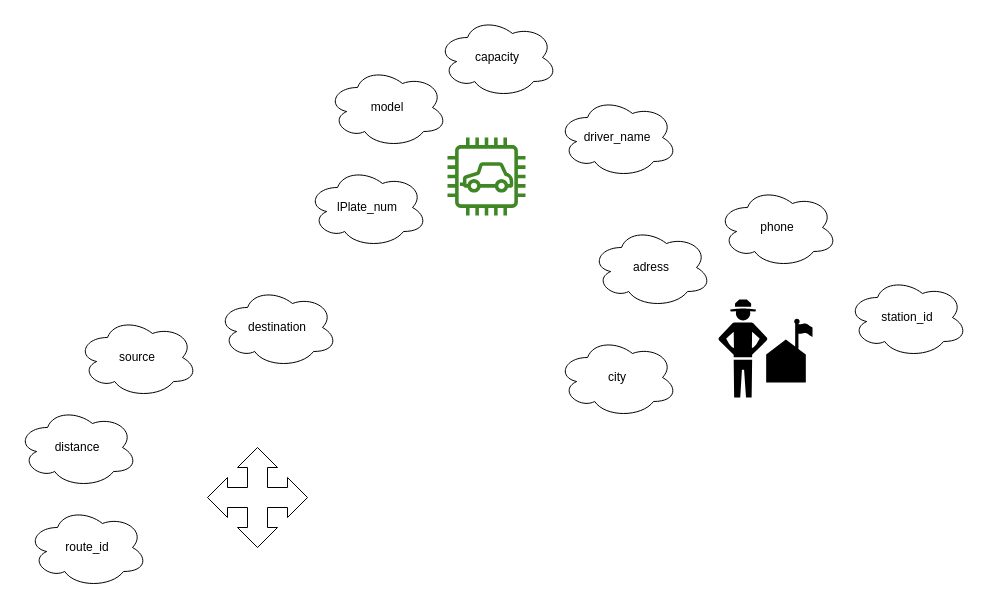
The draw.io diagram page "Page-1" (1 of 4) of claus/transportcomp.drawio in OinkoIT/BE16-MySQL-DAY2-Claus-Markus, before the edit. Source tidied: cells renumbered, new cells numbered last; positions are measured from the earlier drawing's top-left corner, leaving out a move shared by most shapes. Both pictures are drawn from the tidied source at 100%, with x=0, y=0 at pixel (17, 17).
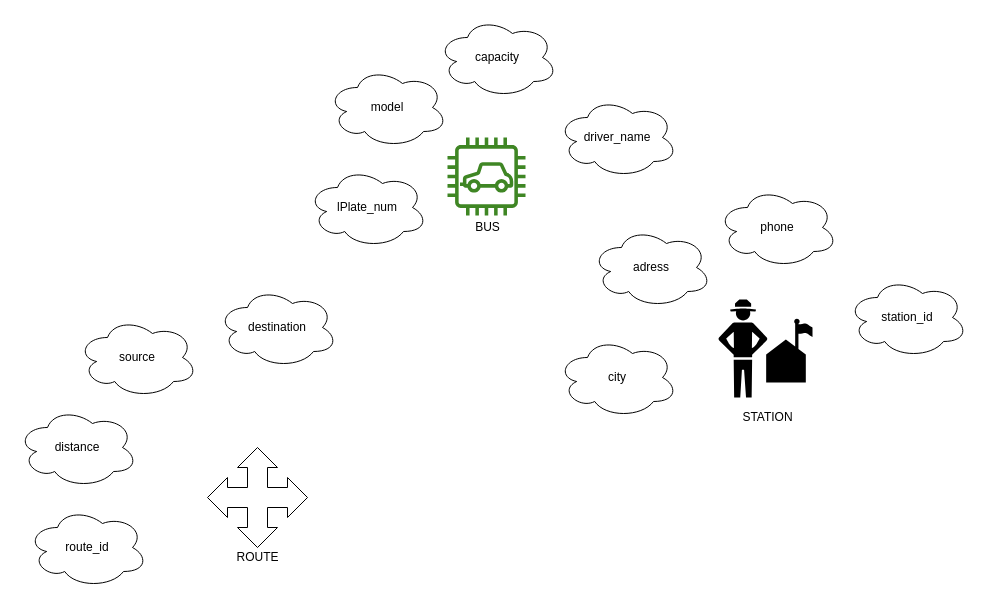
The same page after the edit.

The edit, as a diff of the source:
```diff
@@
 <mxGraphModel>
   <root>
     <mxCell id="0" />
     <mxCell id="1" parent="0" />
     <mxCell id="2" style="sketch=0;fontColor=#232F3E;gradientColor=none;fillColor=#3F8624;strokeColor=none;dashed=0;verticalLabelPosition=bottom;verticalAlign=top;align=center;html=1;fontSize=12;fontStyle=0;shape=mxgraph.aws4.car;" parent="1" vertex="1">
       <mxGeometry x="430" y="120" width="78" height="78" as="geometry" />
     </mxCell>
     <mxCell id="3" style="html=1;shadow=0;dashed=0;align=center;verticalAlign=middle;shape=mxgraph.arrows2.quadArrow;dy=10;dx=20;notch=24;arrowHead=10;" parent="1" vertex="1">
       <mxGeometry x="190" y="430" width="100" height="100" as="geometry" />
     </mxCell>
     <mxCell id="4" style="shape=mxgraph.signs.sports.ranger_station_2;html=1;fillColor=#000000;strokeColor=none;verticalLabelPosition=bottom;verticalAlign=top;align=center;" parent="1" vertex="1">
       <mxGeometry x="700" y="282" width="95" height="98" as="geometry" />
     </mxCell>
     <mxCell id="5" value="source" style="ellipse;shape=cloud;whiteSpace=wrap;html=1;" parent="1" vertex="1">
       <mxGeometry x="60" y="300" width="120" height="80" as="geometry" />
     </mxCell>
     <mxCell id="6" value="distance" style="ellipse;shape=cloud;whiteSpace=wrap;html=1;" parent="1" vertex="1">
       <mxGeometry y="390" width="120" height="80" as="geometry" />
     </mxCell>
     <mxCell id="7" value="route_id" style="ellipse;shape=cloud;whiteSpace=wrap;html=1;" parent="1" vertex="1">
       <mxGeometry x="10" y="490" width="120" height="80" as="geometry" />
     </mxCell>
     <mxCell id="8" value="destination" style="ellipse;shape=cloud;whiteSpace=wrap;html=1;" parent="1" vertex="1">
       <mxGeometry x="200" y="270" width="120" height="80" as="geometry" />
     </mxCell>
     <mxCell id="9" value="lPlate_num" style="ellipse;shape=cloud;whiteSpace=wrap;html=1;" parent="1" vertex="1">
       <mxGeometry x="290" y="150" width="120" height="80" as="geometry" />
     </mxCell>
     <mxCell id="10" value="driver_name" style="ellipse;shape=cloud;whiteSpace=wrap;html=1;" parent="1" vertex="1">
       <mxGeometry x="540" y="80" width="120" height="80" as="geometry" />
     </mxCell>
     <mxCell id="11" value="capacity" style="ellipse;shape=cloud;whiteSpace=wrap;html=1;" parent="1" vertex="1">
       <mxGeometry x="420" width="120" height="80" as="geometry" />
     </mxCell>
     <mxCell id="12" value="model" style="ellipse;shape=cloud;whiteSpace=wrap;html=1;" parent="1" vertex="1">
       <mxGeometry x="310" y="50" width="120" height="80" as="geometry" />
     </mxCell>
     <mxCell id="13" value="city" style="ellipse;shape=cloud;whiteSpace=wrap;html=1;" parent="1" vertex="1">
       <mxGeometry x="540" y="320" width="120" height="80" as="geometry" />
     </mxCell>
     <mxCell id="14" value="station_id" style="ellipse;shape=cloud;whiteSpace=wrap;html=1;" parent="1" vertex="1">
       <mxGeometry x="830" y="260" width="120" height="80" as="geometry" />
     </mxCell>
     <mxCell id="15" value="phone" style="ellipse;shape=cloud;whiteSpace=wrap;html=1;" parent="1" vertex="1">
       <mxGeometry x="700" y="170" width="120" height="80" as="geometry" />
     </mxCell>
     <mxCell id="16" value="adress" style="ellipse;shape=cloud;whiteSpace=wrap;html=1;" parent="1" vertex="1">
       <mxGeometry x="574" y="210" width="120" height="80" as="geometry" />
     </mxCell>
+    <mxCell id="17" value="ROUTE" style="text;html=1;align=center;verticalAlign=middle;strokeColor=none;fillColor=none;" parent="1" vertex="1">
+      <mxGeometry x="210" y="530" width="60" height="20" as="geometry" />
+    </mxCell>
+    <mxCell id="18" value="BUS" style="text;html=1;align=center;verticalAlign=middle;strokeColor=none;fillColor=none;" parent="1" vertex="1">
+      <mxGeometry x="450" y="200" width="40" height="20" as="geometry" />
+    </mxCell>
+    <mxCell id="19" value="STATION" style="text;html=1;align=center;verticalAlign=middle;strokeColor=none;fillColor=none;" parent="1" vertex="1">
+      <mxGeometry x="715" y="390" width="70" height="20" as="geometry" />
+    </mxCell>
   </root>
 </mxGraphModel>
```
